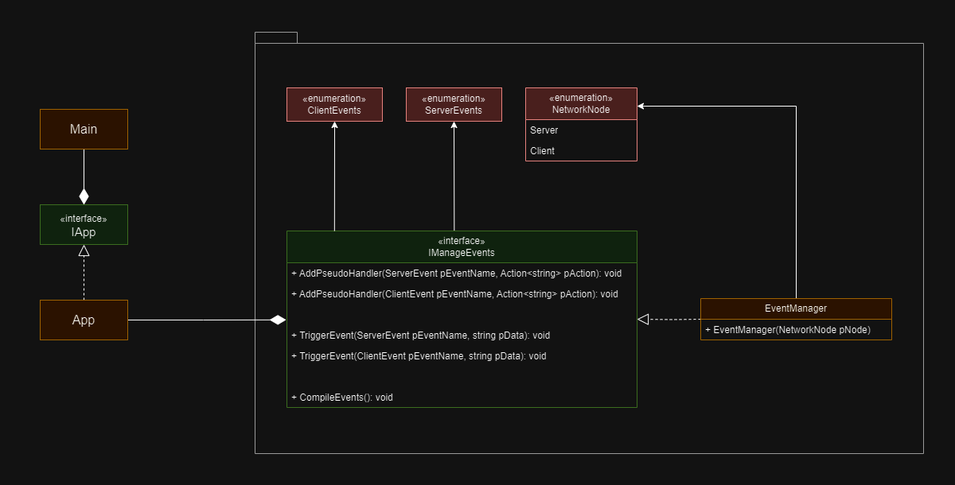
Above: Designs/Event Manager Design.png in Matthew-Bowman/FiveM-App (draw.io), before the change. Source tidied: cells renumbered, new cells last; positions are measured from the earlier drawing's top-left corner, leaving out a move shared by most shapes.
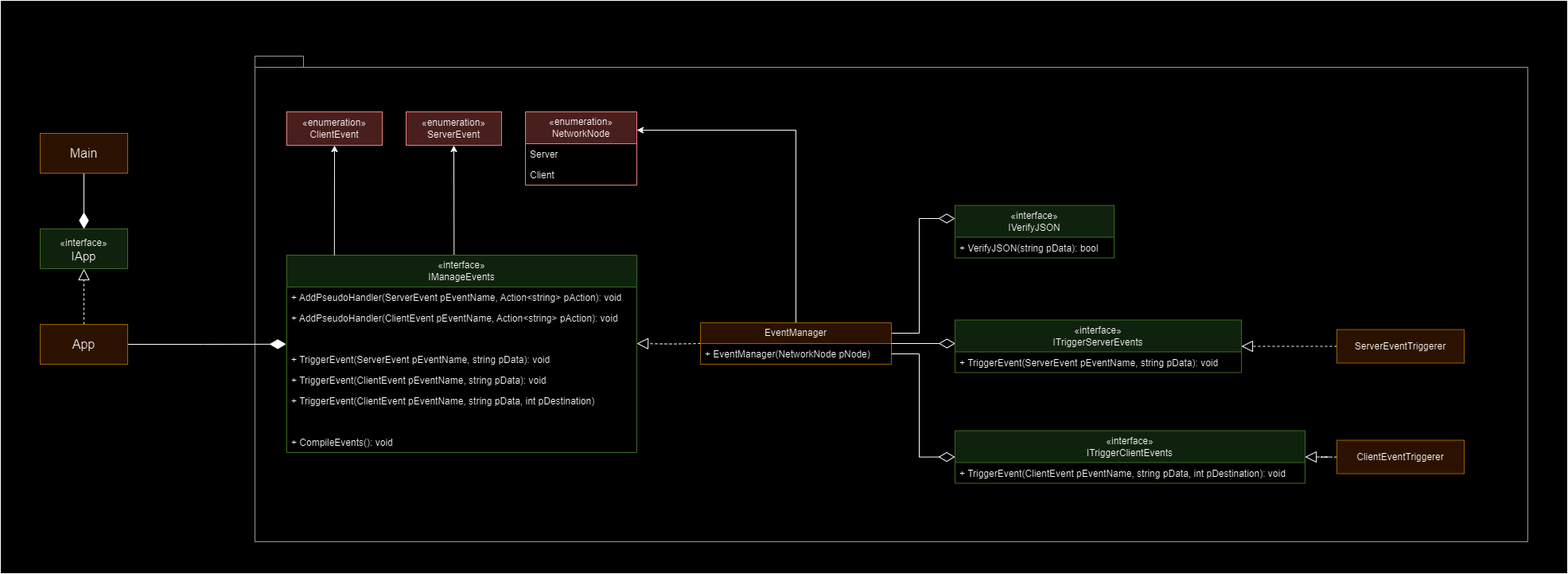
After the change.

Commit message:
Abstracted Design

The edit, as a diff of the source:
```diff
@@ -2,91 +2,133 @@
   <root>
     <mxCell id="0" />
     <mxCell id="1" parent="0" />
-    <mxCell id="2" style="shape=folder;fontStyle=1;spacingTop=10;tabWidth=40;tabHeight=14;tabPosition=left;html=1;whiteSpace=wrap;fillColor=none;fontColor=#333333;strokeColor=#666666;" parent="1" vertex="1">
-      <mxGeometry x="320" y="40" width="840" height="530" as="geometry" />
+    <mxCell id="2" style="rounded=0;whiteSpace=wrap;html=1;fontFamily=Helvetica;fontSize=11;fontColor=default;labelBackgroundColor=default;" parent="1" vertex="1">
+      <mxGeometry y="-30" width="1970" height="720" as="geometry" />
     </mxCell>
-    <mxCell id="3" style="endArrow=classic;html=1;rounded=0;exitX=0.478;exitY=0.002;exitDx=0;exitDy=0;exitPerimeter=0;entryX=0.5;entryY=1;entryDx=0;entryDy=0;" parent="1" edge="1" source="4" target="19">
-      <mxGeometry relative="1" as="geometry" />
+    <mxCell id="3" style="shape=folder;fontStyle=1;spacingTop=10;tabWidth=40;tabHeight=14;tabPosition=left;html=1;whiteSpace=wrap;fillColor=none;fontColor=#333333;strokeColor=#666666;" parent="1" vertex="1">
+      <mxGeometry x="320" y="40" width="1600" height="610" as="geometry" />
     </mxCell>
-    <mxCell id="4" value="«interface»&lt;br&gt;&lt;div&gt;IManageEvents&lt;/div&gt;" style="swimlane;fontStyle=0;horizontal=1;startSize=40;fillColor=#d5e8d4;whiteSpace=wrap;html=1;strokeColor=#82b366;" parent="1" vertex="1">
-      <mxGeometry x="360" y="290" width="440" height="222" as="geometry" />
+    <mxCell id="4" style="endArrow=classic;html=1;rounded=0;exitX=0.478;exitY=0.002;exitDx=0;exitDy=0;exitPerimeter=0;entryX=0.5;entryY=1;entryDx=0;entryDy=0;" parent="1" edge="1" source="5" target="22">
+      <mxGeometry relative="1" as="geometry" />
     </mxCell>
-    <mxCell id="5" value="+ AddPseudoHandler(ServerEvent pEventName, Action&amp;lt;string&amp;gt; pAction): void" style="text;strokeColor=none;fillColor=none;align=left;verticalAlign=top;spacingLeft=4;spacingRight=4;overflow=hidden;points=[[0,0.5],[1,0.5]];portConstraint=eastwest;whiteSpace=wrap;html=1;" parent="4" vertex="1">
-      <mxGeometry y="40" width="440" height="26" as="geometry" />
+    <mxCell id="5" value="«interface»&lt;br&gt;&lt;div&gt;IManageEvents&lt;/div&gt;" style="swimlane;fontStyle=0;horizontal=1;startSize=40;fillColor=#d5e8d4;whiteSpace=wrap;html=1;strokeColor=#82b366;" parent="1" vertex="1">
+      <mxGeometry x="360" y="290" width="440" height="248" as="geometry" />
     </mxCell>
-    <mxCell id="6" value="+ AddPseudoHandler(ClientEvent pEventName, Action&amp;lt;string&amp;gt; pAction): void" style="text;strokeColor=none;fillColor=none;align=left;verticalAlign=top;spacingLeft=4;spacingRight=4;overflow=hidden;whiteSpace=wrap;html=1;" parent="4" vertex="1">
-      <mxGeometry y="66" width="440" height="26" as="geometry" />
+    <mxCell id="6" value="+ AddPseudoHandler(ServerEvent pEventName, Action&amp;lt;string&amp;gt; pAction): void" style="text;strokeColor=none;fillColor=none;align=left;verticalAlign=top;spacingLeft=4;spacingRight=4;overflow=hidden;whiteSpace=wrap;html=1;" parent="5" vertex="1">
+      <mxGeometry y="40" width="440" height="26" as="geometry" />
     </mxCell>
-    <mxCell id="7" style="text;strokeColor=none;fillColor=none;align=left;verticalAlign=top;spacingLeft=4;spacingRight=4;overflow=hidden;points=[[0,0.5],[1,0.5]];portConstraint=eastwest;whiteSpace=wrap;html=1;" parent="4" vertex="1">
-      <mxGeometry y="92" width="440" height="26" as="geometry" />
+    <mxCell id="7" value="+ AddPseudoHandler(ClientEvent pEventName, Action&amp;lt;string&amp;gt; pAction): void" style="text;strokeColor=none;fillColor=none;align=left;verticalAlign=top;spacingLeft=4;spacingRight=4;overflow=hidden;points=[[0,0.5],[1,0.5]];portConstraint=eastwest;whiteSpace=wrap;html=1;" parent="5" vertex="1">
+      <mxGeometry y="66" width="440" height="26" as="geometry" />
     </mxCell>
-    <mxCell id="8" value="+ TriggerEvent(ServerEvent pEventName, string pData): void" style="text;strokeColor=none;fillColor=none;align=left;verticalAlign=top;spacingLeft=4;spacingRight=4;overflow=hidden;points=[[0,0.5],[1,0.5]];portConstraint=eastwest;whiteSpace=wrap;html=1;" parent="4" vertex="1">
-      <mxGeometry y="118" width="440" height="26" as="geometry" />
+    <mxCell id="8" style="text;strokeColor=none;fillColor=none;align=left;verticalAlign=top;spacingLeft=4;spacingRight=4;overflow=hidden;points=[[0,0.5],[1,0.5]];portConstraint=eastwest;whiteSpace=wrap;html=1;" parent="5" vertex="1">
+      <mxGeometry y="92" width="440" height="26" as="geometry" />
     </mxCell>
-    <mxCell id="9" value="+ TriggerEvent(ClientEvent pEventName, string pData): void" style="text;strokeColor=none;fillColor=none;align=left;verticalAlign=top;spacingLeft=4;spacingRight=4;overflow=hidden;whiteSpace=wrap;html=1;" parent="4" vertex="1">
-      <mxGeometry y="144" width="440" height="26" as="geometry" />
+    <mxCell id="9" value="+ TriggerEvent(ServerEvent pEventName, string pData): void" style="text;strokeColor=none;fillColor=none;align=left;verticalAlign=top;spacingLeft=4;spacingRight=4;overflow=hidden;whiteSpace=wrap;html=1;" parent="5" vertex="1">
+      <mxGeometry y="118" width="440" height="26" as="geometry" />
     </mxCell>
-    <mxCell id="10" style="text;strokeColor=none;fillColor=none;align=left;verticalAlign=top;spacingLeft=4;spacingRight=4;overflow=hidden;whiteSpace=wrap;html=1;" parent="4" vertex="1">
-      <mxGeometry y="170" width="440" height="26" as="geometry" />
+    <mxCell id="10" value="+ TriggerEvent(ClientEvent pEventName, string pData): void" style="text;strokeColor=none;fillColor=none;align=left;verticalAlign=top;spacingLeft=4;spacingRight=4;overflow=hidden;whiteSpace=wrap;html=1;" parent="5" vertex="1">
+      <mxGeometry y="144" width="440" height="26" as="geometry" />
     </mxCell>
-    <mxCell id="11" value="+ CompileEvents(): void" style="text;strokeColor=none;fillColor=none;align=left;verticalAlign=top;spacingLeft=4;spacingRight=4;overflow=hidden;whiteSpace=wrap;html=1;" parent="4" vertex="1">
-      <mxGeometry y="196" width="440" height="26" as="geometry" />
+    <mxCell id="11" value="+ TriggerEvent(ClientEvent pEventName, string pData, int pDestination)" style="text;strokeColor=none;fillColor=none;align=left;verticalAlign=top;spacingLeft=4;spacingRight=4;overflow=hidden;whiteSpace=wrap;html=1;" parent="5" vertex="1">
+      <mxGeometry y="170" width="440" height="26" as="geometry" />
     </mxCell>
-    <mxCell id="12" style="edgeStyle=orthogonalEdgeStyle;rounded=0;jettySize=auto;html=1;entryX=1;entryY=0.731;entryDx=0;entryDy=0;entryPerimeter=0;endArrow=block;endFill=0;endSize=12;dashed=1;" parent="1" edge="1" target="7">
-      <mxGeometry relative="1" as="geometry">
-        <mxPoint x="880" y="401" as="sourcePoint" />
-      </mxGeometry>
+    <mxCell id="12" style="text;strokeColor=none;fillColor=none;align=left;verticalAlign=top;spacingLeft=4;spacingRight=4;overflow=hidden;whiteSpace=wrap;html=1;" parent="5" vertex="1">
+      <mxGeometry y="196" width="440" height="26" as="geometry" />
     </mxCell>
-    <mxCell id="13" value="«enumeration»&lt;div&gt;NetworkNode&lt;/div&gt;" style="swimlane;fontStyle=0;horizontal=1;startSize=40;fillColor=#f8cecc;whiteSpace=wrap;html=1;strokeColor=#b85450;" parent="1" vertex="1">
-      <mxGeometry x="660" y="110" width="140" height="92" as="geometry" />
+    <mxCell id="13" value="+ CompileEvents(): void" style="text;strokeColor=none;fillColor=none;align=left;verticalAlign=top;spacingLeft=4;spacingRight=4;overflow=hidden;points=[[0,0.5],[1,0.5]];portConstraint=eastwest;whiteSpace=wrap;html=1;" parent="5" vertex="1">
+      <mxGeometry y="222" width="440" height="26" as="geometry" />
     </mxCell>
-    <mxCell id="14" value="Server" style="text;strokeColor=none;fillColor=none;align=left;verticalAlign=top;spacingLeft=4;spacingRight=4;overflow=hidden;whiteSpace=wrap;html=1;" parent="13" vertex="1">
-      <mxGeometry y="40" width="140" height="26" as="geometry" />
+    <mxCell id="14" style="edgeStyle=orthogonalEdgeStyle;rounded=0;jettySize=auto;html=1;entryX=1;entryY=0.731;entryDx=0;entryDy=0;entryPerimeter=0;endArrow=block;endFill=0;endSize=12;dashed=1;" parent="1" edge="1" target="8">
+      <mxGeometry relative="1" as="geometry">
+        <mxPoint x="880" y="401" as="sourcePoint" />
+      </mxGeometry>
     </mxCell>
-    <mxCell id="15" value="Client" style="text;strokeColor=none;fillColor=none;align=left;verticalAlign=top;spacingLeft=4;spacingRight=4;overflow=hidden;points=[[0,0.5],[1,0.5]];portConstraint=eastwest;whiteSpace=wrap;html=1;" parent="13" vertex="1">
-      <mxGeometry y="66" width="140" height="26" as="geometry" />
+    <mxCell id="15" value="«enumeration»&lt;div&gt;NetworkNode&lt;/div&gt;" style="swimlane;fontStyle=0;horizontal=1;startSize=40;fillColor=#f8cecc;whiteSpace=wrap;html=1;strokeColor=#b85450;" parent="1" vertex="1">
+      <mxGeometry x="660" y="110" width="140" height="92" as="geometry" />
     </mxCell>
-    <mxCell id="16" style="edgeStyle=orthogonalEdgeStyle;rounded=0;jettySize=auto;html=1;exitX=0.5;exitY=0;exitDx=0;exitDy=0;entryX=1;entryY=0.25;entryDx=0;entryDy=0;" parent="1" edge="1" source="17" target="13">
-      <mxGeometry relative="1" as="geometry" />
+    <mxCell id="16" value="Server" style="text;strokeColor=none;fillColor=none;align=left;verticalAlign=top;spacingLeft=4;spacingRight=4;overflow=hidden;whiteSpace=wrap;html=1;" parent="15" vertex="1">
+      <mxGeometry y="40" width="140" height="26" as="geometry" />
     </mxCell>
-    <mxCell id="17" value="EventManager" style="swimlane;fontStyle=0;horizontal=1;startSize=26;fillColor=#ffe6cc;whiteSpace=wrap;html=1;strokeColor=#d79b00;" parent="1" vertex="1">
-      <mxGeometry x="880" y="375" width="240" height="52" as="geometry" />
+    <mxCell id="17" value="Client" style="text;strokeColor=none;fillColor=none;align=left;verticalAlign=top;spacingLeft=4;spacingRight=4;overflow=hidden;points=[[0,0.5],[1,0.5]];portConstraint=eastwest;whiteSpace=wrap;html=1;" parent="15" vertex="1">
+      <mxGeometry y="66" width="140" height="26" as="geometry" />
     </mxCell>
-    <mxCell id="18" value="+ EventManager(NetworkNode pNode)" style="text;strokeColor=none;fillColor=none;align=left;verticalAlign=top;spacingLeft=4;spacingRight=4;overflow=hidden;whiteSpace=wrap;html=1;" parent="17" vertex="1">
-      <mxGeometry y="26" width="240" height="26" as="geometry" />
+    <mxCell id="18" style="edgeStyle=orthogonalEdgeStyle;rounded=0;jettySize=auto;html=1;exitX=0.5;exitY=0;exitDx=0;exitDy=0;entryX=1;entryY=0.25;entryDx=0;entryDy=0;" parent="1" edge="1" source="20" target="15">
+      <mxGeometry relative="1" as="geometry" />
     </mxCell>
-    <mxCell id="19" value="«enumeration»&lt;div&gt;ServerEvents&lt;/div&gt;" style="html=1;whiteSpace=wrap;fillColor=#f8cecc;strokeColor=#b85450;" parent="1" vertex="1">
-      <mxGeometry x="510" y="110" width="120" height="42" as="geometry" />
+    <mxCell id="19" style="edgeStyle=orthogonalEdgeStyle;rounded=0;jettySize=auto;html=1;exitX=1;exitY=0.25;exitDx=0;exitDy=0;entryX=0;entryY=0.25;entryDx=0;entryDy=0;strokeColor=default;align=center;verticalAlign=middle;fontFamily=Helvetica;fontSize=11;fontColor=default;labelBackgroundColor=default;endArrow=diamondThin;endFill=0;endSize=18;" parent="1" edge="1" source="20" target="33">
+      <mxGeometry relative="1" as="geometry" />
     </mxCell>
-    <mxCell id="20" value="«enumeration»&lt;div&gt;ClientEvents&lt;/div&gt;" style="html=1;whiteSpace=wrap;fillColor=#f8cecc;strokeColor=#b85450;" parent="1" vertex="1">
-      <mxGeometry x="360" y="110" width="120" height="42" as="geometry" />
+    <mxCell id="20" value="EventManager" style="swimlane;fontStyle=0;horizontal=1;startSize=26;fillColor=#ffe6cc;whiteSpace=wrap;html=1;strokeColor=#d79b00;" parent="1" vertex="1">
+      <mxGeometry x="880" y="375" width="240" height="52" as="geometry" />
     </mxCell>
-    <mxCell id="21" style="endArrow=classic;html=1;rounded=0;exitX=0.159;exitY=0;exitDx=0;exitDy=0;exitPerimeter=0;entryX=0.5;entryY=1;entryDx=0;entryDy=0;" parent="1" edge="1">
-      <mxGeometry relative="1" as="geometry">
-        <mxPoint x="419.8" y="290" as="sourcePoint" />
-        <mxPoint x="420" y="152" as="targetPoint" />
-      </mxGeometry>
+    <mxCell id="21" value="+ EventManager(NetworkNode pNode)" style="text;strokeColor=none;fillColor=none;align=left;verticalAlign=top;spacingLeft=4;spacingRight=4;overflow=hidden;points=[[0,0.5],[1,0.5]];portConstraint=eastwest;whiteSpace=wrap;html=1;" parent="20" vertex="1">
+      <mxGeometry y="26" width="240" height="26" as="geometry" />
     </mxCell>
-    <mxCell id="22" style="edgeStyle=orthogonalEdgeStyle;rounded=0;jettySize=auto;html=1;entryX=0.5;entryY=0;entryDx=0;entryDy=0;strokeColor=default;align=center;verticalAlign=middle;fontFamily=Helvetica;fontSize=11;fontColor=default;labelBackgroundColor=default;endArrow=diamondThin;endFill=1;endSize=18;" parent="1" edge="1" source="23" target="24">
-      <mxGeometry relative="1" as="geometry" />
+    <mxCell id="22" value="«enumeration»&lt;div&gt;ServerEvent&lt;/div&gt;" style="html=1;whiteSpace=wrap;fillColor=#f8cecc;strokeColor=#b85450;" parent="1" vertex="1">
+      <mxGeometry x="510" y="110" width="120" height="42" as="geometry" />
     </mxCell>
-    <mxCell id="23" value="Main" style="html=1;whiteSpace=wrap;fontSize=16;fillColor=#ffe6cc;strokeColor=#d79b00;" parent="1" vertex="1">
-      <mxGeometry x="50" y="137" width="110" height="50" as="geometry" />
+    <mxCell id="23" value="«enumeration»&lt;div&gt;ClientEvent&lt;/div&gt;" style="html=1;whiteSpace=wrap;fillColor=#f8cecc;strokeColor=#b85450;" parent="1" vertex="1">
+      <mxGeometry x="360" y="110" width="120" height="42" as="geometry" />
     </mxCell>
-    <mxCell id="24" value="&lt;div style=&quot;font-size: 15px;&quot;&gt;&lt;span style=&quot;font-size: 12px;&quot;&gt;«interface»&lt;/span&gt;&lt;br style=&quot;font-size: 12px;&quot;&gt;IApp&lt;/div&gt;" style="html=1;whiteSpace=wrap;fontSize=16;fillColor=#d5e8d4;strokeColor=#82b366;" parent="1" vertex="1">
-      <mxGeometry x="50" y="257" width="110" height="50" as="geometry" />
+    <mxCell id="24" style="endArrow=classic;html=1;rounded=0;exitX=0.159;exitY=0;exitDx=0;exitDy=0;exitPerimeter=0;entryX=0.5;entryY=1;entryDx=0;entryDy=0;" parent="1" edge="1">
+      <mxGeometry relative="1" as="geometry">
+        <mxPoint x="419.8" y="290" as="sourcePoint" />
+        <mxPoint x="420" y="152" as="targetPoint" />
+      </mxGeometry>
     </mxCell>
-    <mxCell id="25" style="edgeStyle=orthogonalEdgeStyle;rounded=0;jettySize=auto;html=1;exitX=0.5;exitY=0;exitDx=0;exitDy=0;entryX=0.5;entryY=1;entryDx=0;entryDy=0;dashed=1;strokeColor=default;align=center;verticalAlign=middle;fontFamily=Helvetica;fontSize=11;fontColor=default;labelBackgroundColor=default;endArrow=block;endFill=0;endSize=12;" parent="1" edge="1" source="27" target="24">
+    <mxCell id="25" style="edgeStyle=orthogonalEdgeStyle;rounded=0;jettySize=auto;html=1;entryX=0.5;entryY=0;entryDx=0;entryDy=0;strokeColor=default;align=center;verticalAlign=middle;fontFamily=Helvetica;fontSize=11;fontColor=default;labelBackgroundColor=default;endArrow=diamondThin;endFill=1;endSize=18;" parent="1" edge="1" source="26" target="27">
       <mxGeometry relative="1" as="geometry" />
     </mxCell>
-    <mxCell id="26" style="edgeStyle=orthogonalEdgeStyle;rounded=0;jettySize=auto;html=1;entryX=-0.002;entryY=0.762;entryDx=0;entryDy=0;strokeColor=default;align=center;verticalAlign=middle;fontFamily=Helvetica;fontSize=11;fontColor=default;labelBackgroundColor=default;endArrow=diamondThin;endFill=1;endSize=18;entryPerimeter=0;" parent="1" edge="1" source="27" target="7">
-      <mxGeometry relative="1" as="geometry" />
+    <mxCell id="26" value="Main" style="html=1;whiteSpace=wrap;fontSize=16;fillColor=#ffe6cc;strokeColor=#d79b00;" parent="1" vertex="1">
+      <mxGeometry x="50" y="137" width="110" height="50" as="geometry" />
     </mxCell>
-    <mxCell id="27" value="App" style="html=1;whiteSpace=wrap;fontSize=16;fillColor=#ffe6cc;strokeColor=#d79b00;" parent="1" vertex="1">
-      <mxGeometry x="50" y="377" width="110" height="50" as="geometry" />
+    <mxCell id="27" value="&lt;div style=&quot;font-size: 15px;&quot;&gt;&lt;span style=&quot;font-size: 12px;&quot;&gt;«interface»&lt;/span&gt;&lt;br style=&quot;font-size: 12px;&quot;&gt;IApp&lt;/div&gt;" style="html=1;whiteSpace=wrap;fontSize=16;fillColor=#d5e8d4;strokeColor=#82b366;" parent="1" vertex="1">
+      <mxGeometry x="50" y="257" width="110" height="50" as="geometry" />
     </mxCell>
-    <mxCell id="28" style="rounded=0;whiteSpace=wrap;html=1;fontFamily=Helvetica;fontSize=11;fontColor=default;labelBackgroundColor=default;fillColor=none;strokeColor=none;" parent="1" vertex="1">
-      <mxGeometry width="1200" height="610" as="geometry" />
+    <mxCell id="28" style="edgeStyle=orthogonalEdgeStyle;rounded=0;jettySize=auto;html=1;exitX=0.5;exitY=0;exitDx=0;exitDy=0;entryX=0.5;entryY=1;entryDx=0;entryDy=0;dashed=1;strokeColor=default;align=center;verticalAlign=middle;fontFamily=Helvetica;fontSize=11;fontColor=default;labelBackgroundColor=default;endArrow=block;endFill=0;endSize=12;" parent="1" edge="1" source="30" target="27">
+      <mxGeometry relative="1" as="geometry" />
     </mxCell>
+    <mxCell id="29" style="edgeStyle=orthogonalEdgeStyle;rounded=0;jettySize=auto;html=1;entryX=-0.002;entryY=0.762;entryDx=0;entryDy=0;strokeColor=default;align=center;verticalAlign=middle;fontFamily=Helvetica;fontSize=11;fontColor=default;labelBackgroundColor=default;endArrow=diamondThin;endFill=1;endSize=18;entryPerimeter=0;" parent="1" edge="1" source="30" target="8">
+      <mxGeometry relative="1" as="geometry" />
+    </mxCell>
+    <mxCell id="30" value="App" style="html=1;whiteSpace=wrap;fontSize=16;fillColor=#ffe6cc;strokeColor=#d79b00;" parent="1" vertex="1">
+      <mxGeometry x="50" y="377" width="110" height="50" as="geometry" />
+    </mxCell>
+    <mxCell id="31" value="«interface»&lt;br&gt;&lt;div&gt;ITriggerServerEvents&lt;/div&gt;" style="swimlane;fontStyle=0;horizontal=1;startSize=40;fillColor=#d5e8d4;whiteSpace=wrap;html=1;strokeColor=#82b366;" parent="1" vertex="1">
+      <mxGeometry x="1200" y="371.5" width="360" height="66" as="geometry" />
+    </mxCell>
+    <mxCell id="32" value="+ TriggerEvent(ServerEvent pEventName, string pData): void" style="text;strokeColor=none;fillColor=none;align=left;verticalAlign=top;spacingLeft=4;spacingRight=4;overflow=hidden;whiteSpace=wrap;html=1;" parent="31" vertex="1">
+      <mxGeometry y="40" width="360" height="26" as="geometry" />
+    </mxCell>
+    <mxCell id="33" value="«interface»&lt;br&gt;&lt;div&gt;IVerifyJSON&lt;/div&gt;" style="swimlane;fontStyle=0;horizontal=1;startSize=40;fillColor=#d5e8d4;whiteSpace=wrap;html=1;strokeColor=#82b366;" parent="1" vertex="1">
+      <mxGeometry x="1200" y="227.5" width="200" height="66" as="geometry" />
+    </mxCell>
+    <mxCell id="34" value="+ VerifyJSON(string pData): bool" style="text;strokeColor=none;fillColor=none;align=left;verticalAlign=top;spacingLeft=4;spacingRight=4;overflow=hidden;whiteSpace=wrap;html=1;" parent="33" vertex="1">
+      <mxGeometry y="40" width="200" height="26" as="geometry" />
+    </mxCell>
+    <mxCell id="35" style="edgeStyle=orthogonalEdgeStyle;rounded=0;jettySize=auto;html=1;exitX=0;exitY=0.5;exitDx=0;exitDy=0;entryX=1;entryY=0.5;entryDx=0;entryDy=0;dashed=1;strokeColor=default;align=center;verticalAlign=middle;fontFamily=Helvetica;fontSize=11;fontColor=default;labelBackgroundColor=default;endArrow=block;endFill=0;endSize=12;" parent="1" edge="1" source="36" target="31">
+      <mxGeometry relative="1" as="geometry" />
+    </mxCell>
+    <mxCell id="36" value="ServerEventTriggerer" style="html=1;whiteSpace=wrap;fillColor=#ffe6cc;strokeColor=#d79b00;" parent="1" vertex="1">
+      <mxGeometry x="1680" y="383.5" width="160" height="42" as="geometry" />
+    </mxCell>
+    <mxCell id="37" value="«interface»&lt;br&gt;&lt;div&gt;ITriggerClientEvents&lt;/div&gt;" style="swimlane;fontStyle=0;horizontal=1;startSize=40;fillColor=#d5e8d4;whiteSpace=wrap;html=1;strokeColor=#82b366;" parent="1" vertex="1">
+      <mxGeometry x="1200" y="510.5" width="440" height="66" as="geometry" />
+    </mxCell>
+    <mxCell id="38" value="+ TriggerEvent(ClientEvent pEventName, string pData, int pDestination): void" style="text;strokeColor=none;fillColor=none;align=left;verticalAlign=top;spacingLeft=4;spacingRight=4;overflow=hidden;whiteSpace=wrap;html=1;" parent="37" vertex="1">
+      <mxGeometry y="40" width="440" height="26" as="geometry" />
+    </mxCell>
+    <mxCell id="39" style="edgeStyle=orthogonalEdgeStyle;rounded=0;jettySize=auto;html=1;entryX=0.001;entryY=0.447;entryDx=0;entryDy=0;entryPerimeter=0;strokeColor=default;align=center;verticalAlign=middle;fontFamily=Helvetica;fontSize=11;fontColor=default;labelBackgroundColor=default;endArrow=diamondThin;endFill=0;endSize=18;" parent="1" edge="1" source="20" target="31">
+      <mxGeometry relative="1" as="geometry" />
+    </mxCell>
+    <mxCell id="40" style="edgeStyle=orthogonalEdgeStyle;rounded=0;jettySize=auto;html=1;exitX=1;exitY=0.5;exitDx=0;exitDy=0;entryX=0;entryY=0.5;entryDx=0;entryDy=0;strokeColor=default;align=center;verticalAlign=middle;fontFamily=Helvetica;fontSize=11;fontColor=default;labelBackgroundColor=default;endArrow=diamondThin;endFill=0;endSize=18;" parent="1" edge="1" source="21" target="37">
+      <mxGeometry relative="1" as="geometry" />
+    </mxCell>
+    <mxCell id="41" style="edgeStyle=orthogonalEdgeStyle;rounded=0;jettySize=auto;html=1;entryX=1;entryY=0.5;entryDx=0;entryDy=0;dashed=1;strokeColor=default;align=center;verticalAlign=middle;fontFamily=Helvetica;fontSize=11;fontColor=default;labelBackgroundColor=default;endArrow=block;endFill=0;endSize=12;" parent="1" edge="1" source="42" target="37">
+      <mxGeometry relative="1" as="geometry" />
+    </mxCell>
+    <mxCell id="42" value="ClientEventTriggerer" style="html=1;whiteSpace=wrap;fillColor=#ffe6cc;strokeColor=#d79b00;" parent="1" vertex="1">
+      <mxGeometry x="1680" y="522.5" width="160" height="42" as="geometry" />
+    </mxCell>
   </root>
 </mxGraphModel>
```
